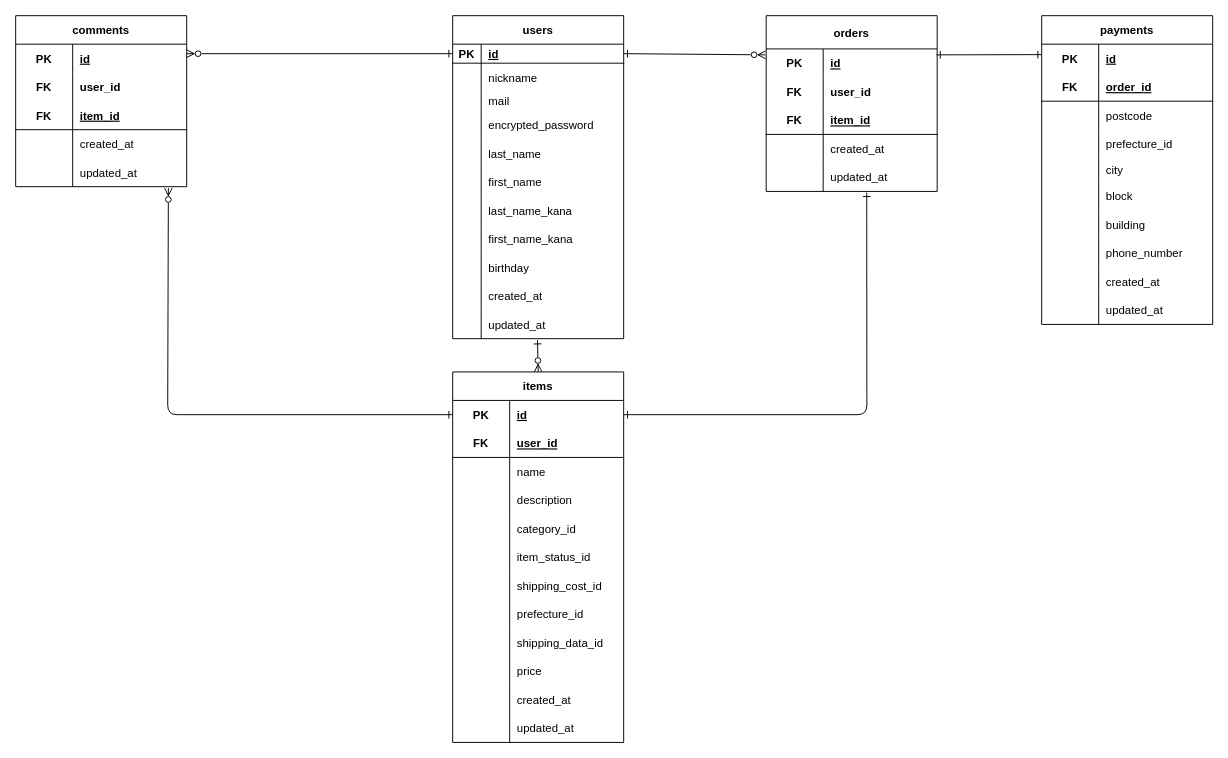
The draw.io diagram furima.dio in daitomoyumiharu/furima-39479, before the edit. Source tidied: cells renumbered, new cells numbered last; positions are measured from the earlier drawing's top-left corner, leaving out a move shared by most shapes. Both pictures are drawn from the tidied source at 95%, with x=0, y=0 at pixel (15, 15).
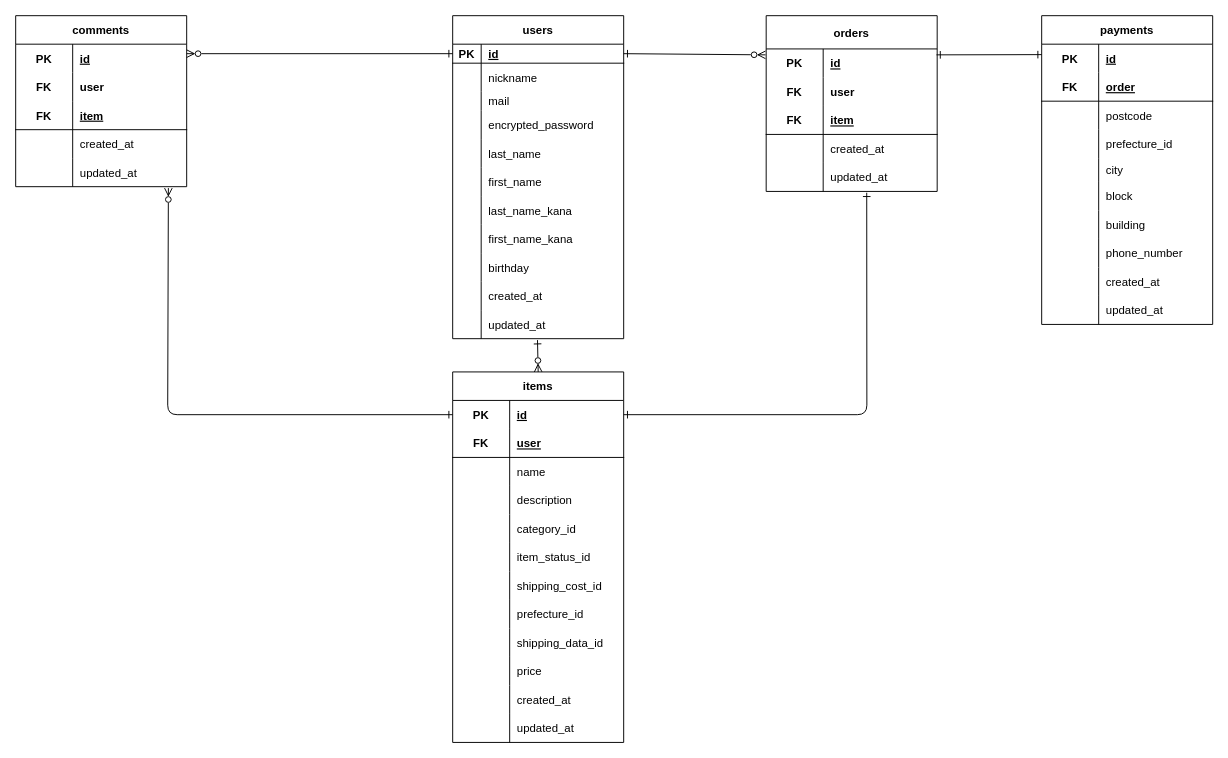
Above is the later version.

Commit message:
ER図の再修正

Unchanged cells that the change refers to:
```xml
<mxCell id="41" style="shape=tableRow;horizontal=0;startSize=0;swimlaneHead=0;swimlaneBody=0;fillColor=none;top=0;left=0;right=0;bottom=1;" parent="37" vertex="1">
  <mxGeometry y="60" width="180" height="30" as="geometry" />
</mxCell>
<mxCell id="78" style="shape=tableRow;horizontal=0;startSize=0;swimlaneHead=0;swimlaneBody=0;fillColor=none;top=0;left=0;right=0;bottom=0;" parent="74" vertex="1">
  <mxGeometry y="65" width="180" height="30" as="geometry" />
</mxCell>
<mxCell id="81" style="shape=tableRow;horizontal=0;startSize=0;swimlaneHead=0;swimlaneBody=0;fillColor=none;points=[[0,0.5],[1,0.5]];portConstraint=eastwest;top=0;left=0;right=0;bottom=1;" parent="74" vertex="1">
  <mxGeometry y="95" width="180" height="30" as="geometry" />
</mxCell>
<mxCell id="94" style="shape=tableRow;horizontal=0;startSize=0;swimlaneHead=0;swimlaneBody=0;fillColor=none;top=0;left=0;right=0;bottom=1;" parent="90" vertex="1">
  <mxGeometry y="60" width="180" height="30" as="geometry" />
</mxCell>
<mxCell id="125" style="shape=tableRow;horizontal=0;startSize=0;swimlaneHead=0;swimlaneBody=0;fillColor=none;top=0;left=0;right=0;bottom=0;" parent="121" vertex="1">
  <mxGeometry y="60" width="180" height="30" as="geometry" />
</mxCell>
<mxCell id="128" style="shape=tableRow;horizontal=0;startSize=0;swimlaneHead=0;swimlaneBody=0;fillColor=none;top=0;left=0;right=0;bottom=1;" parent="121" vertex="1">
  <mxGeometry y="90" width="180" height="30" as="geometry" />
</mxCell>
```

The edit, as a diff of the source:
```diff
@@
-    <mxCell id="43" value="user_id" style="shape=partialRectangle;fillColor=none;top=0;left=0;bottom=0;right=0;align=left;spacingLeft=6;fontStyle=5;overflow=hidden;" parent="41" vertex="1">
+    <mxCell id="43" value="user" style="shape=partialRectangle;fillColor=none;top=0;left=0;bottom=0;right=0;align=left;spacingLeft=6;fontStyle=5;overflow=hidden;" parent="41" vertex="1">
       <mxGeometry x="60" width="120" height="30" as="geometry" />
     </mxCell>
@@
-    <mxCell id="80" value="user_id" style="shape=partialRectangle;fillColor=none;top=0;left=0;bottom=0;right=0;align=left;spacingLeft=6;overflow=hidden;fontStyle=1;" parent="78" vertex="1">
+    <mxCell id="80" value="user" style="shape=partialRectangle;fillColor=none;top=0;left=0;bottom=0;right=0;align=left;spacingLeft=6;overflow=hidden;fontStyle=1;" parent="78" vertex="1">
       <mxGeometry x="60" width="120" height="30" as="geometry" />
     </mxCell>
@@
-    <mxCell id="83" value="item_id" style="shape=partialRectangle;fillColor=none;top=0;left=0;bottom=0;right=0;align=left;spacingLeft=6;fontStyle=5;overflow=hidden;" parent="81" vertex="1">
+    <mxCell id="83" value="item" style="shape=partialRectangle;fillColor=none;top=0;left=0;bottom=0;right=0;align=left;spacingLeft=6;fontStyle=5;overflow=hidden;" parent="81" vertex="1">
       <mxGeometry x="60" width="120" height="30" as="geometry" />
     </mxCell>
@@
-    <mxCell id="96" value="order_id" style="shape=partialRectangle;fillColor=none;top=0;left=0;bottom=0;right=0;align=left;spacingLeft=6;fontStyle=5;overflow=hidden;" parent="94" vertex="1">
+    <mxCell id="96" value="order" style="shape=partialRectangle;fillColor=none;top=0;left=0;bottom=0;right=0;align=left;spacingLeft=6;fontStyle=5;overflow=hidden;" parent="94" vertex="1">
       <mxGeometry x="60" width="120" height="30" as="geometry" />
     </mxCell>
@@
-    <mxCell id="127" value="user_id" style="shape=partialRectangle;fillColor=none;top=0;left=0;bottom=0;right=0;align=left;spacingLeft=6;overflow=hidden;fontStyle=1;" parent="125" vertex="1">
+    <mxCell id="127" value="user" style="shape=partialRectangle;fillColor=none;top=0;left=0;bottom=0;right=0;align=left;spacingLeft=6;overflow=hidden;fontStyle=1;" parent="125" vertex="1">
       <mxGeometry x="60" width="120" height="30" as="geometry" />
     </mxCell>
@@
-    <mxCell id="130" value="item_id" style="shape=partialRectangle;fillColor=none;top=0;left=0;bottom=0;right=0;align=left;spacingLeft=6;fontStyle=5;overflow=hidden;" parent="128" vertex="1">
+    <mxCell id="130" value="item" style="shape=partialRectangle;fillColor=none;top=0;left=0;bottom=0;right=0;align=left;spacingLeft=6;fontStyle=5;overflow=hidden;" parent="128" vertex="1">
       <mxGeometry x="60" width="120" height="30" as="geometry" />
     </mxCell>
```
